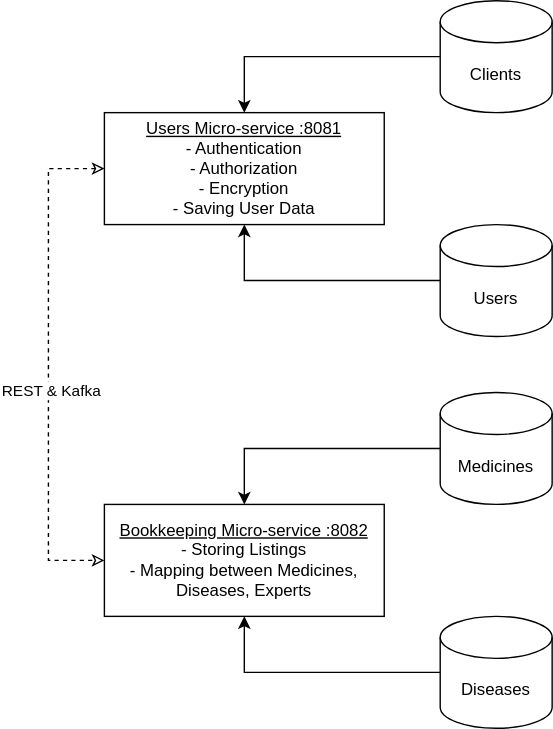
This is dhiman/mini-project/Health App Microservices Breakdown.drawio.svg from swiggy-2022-bootcamp/training-i-plus-plus, a draw.io export, as it was before one commit. Source tidied: cells renumbered, new cells last; positions are measured from the earlier drawing's top-left corner, leaving out a move shared by most shapes.
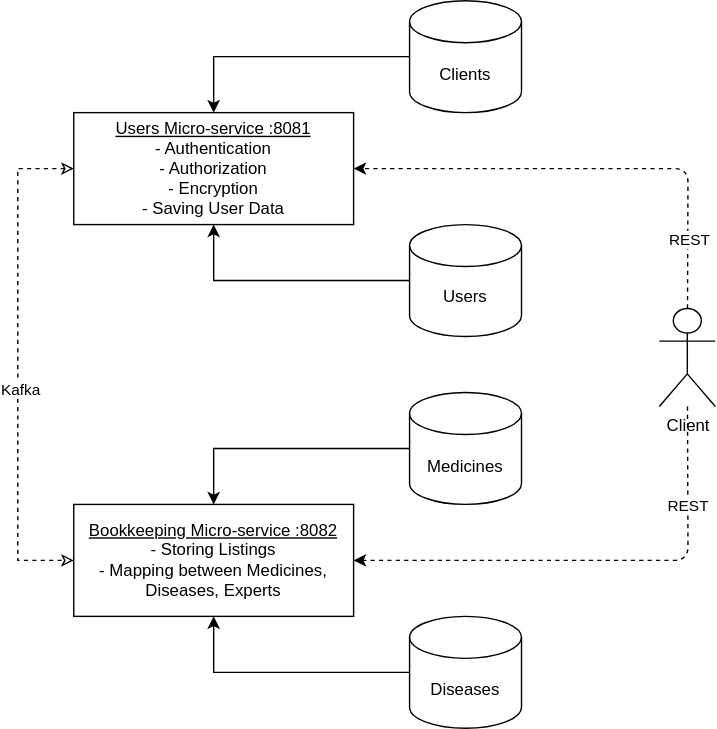
After the commit.

What changed in the source:
```diff
@@ -10,7 +10,7 @@
         </Array>
       </mxGeometry>
     </mxCell>
-    <mxCell id="3" value="REST &amp;amp; Kafka" style="edgeLabel;html=1;align=center;verticalAlign=middle;" parent="2" vertex="1">
+    <mxCell id="3" value="Kafka" style="edgeLabel;html=1;align=center;verticalAlign=middle;" parent="2" vertex="1">
       <mxGeometry x="0.1" y="1" relative="1" as="geometry" />
     </mxCell>
     <mxCell id="4" value="&lt;u&gt;Users Micro-service :8081&lt;br&gt;&lt;/u&gt;- Authentication&lt;br&gt;- Authorization&lt;br&gt;- Encryption&lt;br&gt;- Saving User Data" style="rounded=0;whiteSpace=wrap;html=1;" parent="1" vertex="1">
@@ -43,5 +43,32 @@
     <mxCell id="13" value="Clients" style="shape=cylinder3;whiteSpace=wrap;html=1;boundedLbl=1;backgroundOutline=1;size=15;" parent="1" vertex="1">
       <mxGeometry x="280" width="80" height="80" as="geometry" />
     </mxCell>
+    <mxCell id="14" style="edgeStyle=none;html=1;entryX=1;entryY=0.5;entryDx=0;entryDy=0;dashed=1;" parent="1" edge="1" source="18" target="4">
+      <mxGeometry relative="1" as="geometry">
+        <Array as="points">
+          <mxPoint x="479" y="120" />
+        </Array>
+      </mxGeometry>
+    </mxCell>
+    <mxCell id="15" value="REST" style="edgeLabel;html=1;align=center;verticalAlign=middle;" parent="14" vertex="1">
+      <mxGeometry x="0.06" y="2" relative="1" as="geometry">
+        <mxPoint x="80" y="48" as="offset" />
+      </mxGeometry>
+    </mxCell>
+    <mxCell id="16" style="edgeStyle=none;html=1;entryX=1;entryY=0.5;entryDx=0;entryDy=0;dashed=1;" parent="1" edge="1" source="18" target="5">
+      <mxGeometry relative="1" as="geometry">
+        <Array as="points">
+          <mxPoint x="479" y="400" />
+        </Array>
+      </mxGeometry>
+    </mxCell>
+    <mxCell id="17" value="REST" style="edgeLabel;html=1;align=center;verticalAlign=middle;" parent="16" vertex="1">
+      <mxGeometry x="0.14" y="-4" relative="1" as="geometry">
+        <mxPoint x="88" y="-36" as="offset" />
+      </mxGeometry>
+    </mxCell>
+    <mxCell id="18" value="Client" style="shape=umlActor;verticalLabelPosition=bottom;verticalAlign=top;html=1;outlineConnect=0;" parent="1" vertex="1">
+      <mxGeometry x="458.5" y="220" width="40" height="70" as="geometry" />
+    </mxCell>
   </root>
 </mxGraphModel>
```
